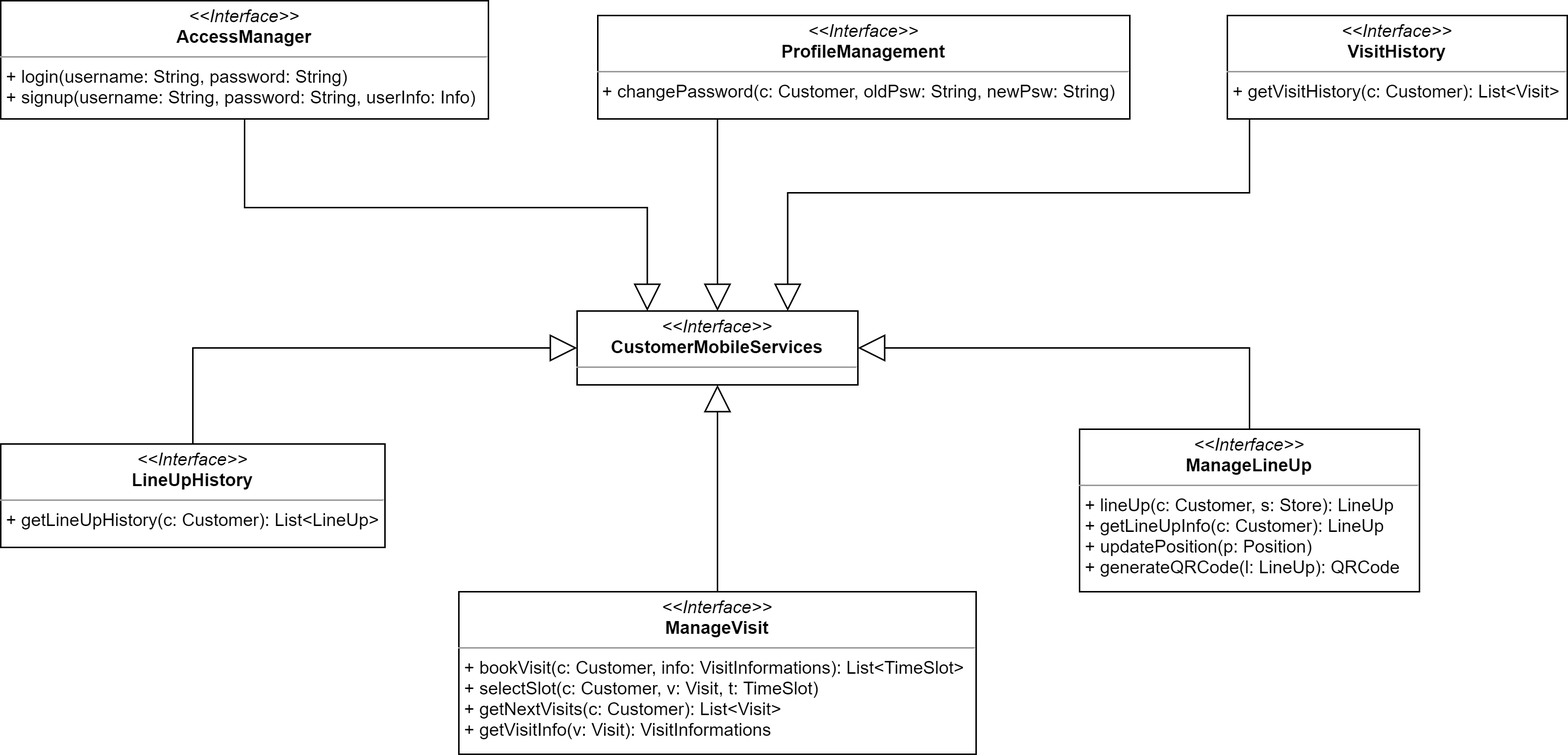
Above: DDworkspace/LaTeXproject/images/cust_mobile_serv_interfaces.png in marcoDige/CLup (draw.io), before the change. Source tidied: cells renumbered, new cells last; positions are measured from the earlier drawing's top-left corner, leaving out a move shared by most shapes.
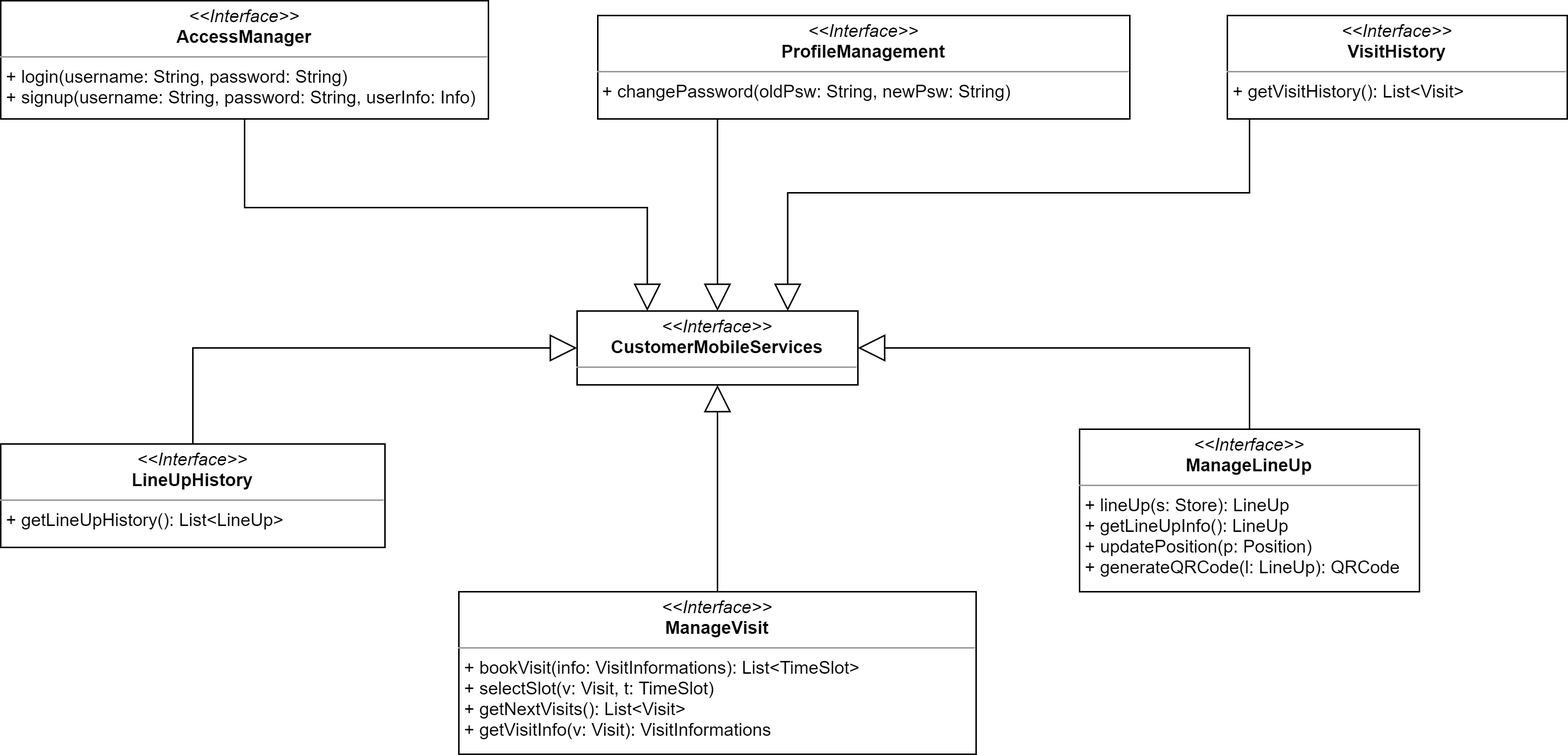
After the commit.

Commit message:
interfaces diagrams fixed

The edit, as a diff of the source:
```diff
@@ -13,22 +13,22 @@
         </Array>
       </mxGeometry>
     </mxCell>
-    <mxCell id="4" value="&lt;p style=&quot;margin: 0px ; margin-top: 4px ; text-align: center&quot;&gt;&lt;i&gt;&amp;lt;&amp;lt;Interface&amp;gt;&amp;gt;&lt;/i&gt;&lt;br&gt;&lt;b&gt;VisitHistory&lt;/b&gt;&lt;/p&gt;&lt;hr size=&quot;1&quot;&gt;&lt;p style=&quot;margin: 0px ; margin-left: 4px&quot;&gt;+&amp;nbsp;getVisitHistory(c: Customer): List&amp;lt;Visit&amp;gt;&lt;br&gt;&lt;/p&gt;&lt;p style=&quot;margin: 0px ; margin-left: 4px&quot;&gt;&lt;br&gt;&lt;/p&gt;" style="verticalAlign=top;align=left;overflow=fill;fontSize=12;fontFamily=Helvetica;html=1;" parent="1" vertex="1">
+    <mxCell id="4" value="&lt;p style=&quot;margin: 0px ; margin-top: 4px ; text-align: center&quot;&gt;&lt;i&gt;&amp;lt;&amp;lt;Interface&amp;gt;&amp;gt;&lt;/i&gt;&lt;br&gt;&lt;b&gt;VisitHistory&lt;/b&gt;&lt;/p&gt;&lt;hr size=&quot;1&quot;&gt;&lt;p style=&quot;margin: 0px ; margin-left: 4px&quot;&gt;+&amp;nbsp;getVisitHistory(): List&amp;lt;Visit&amp;gt;&lt;br&gt;&lt;/p&gt;&lt;p style=&quot;margin: 0px ; margin-left: 4px&quot;&gt;&lt;br&gt;&lt;/p&gt;" style="verticalAlign=top;align=left;overflow=fill;fontSize=12;fontFamily=Helvetica;html=1;" parent="1" vertex="1">
       <mxGeometry x="830" y="10" width="230" height="70" as="geometry" />
     </mxCell>
     <mxCell id="5" style="edgeStyle=orthogonalEdgeStyle;rounded=0;jettySize=auto;html=1;exitX=0.5;exitY=0;exitDx=0;exitDy=0;entryX=0.5;entryY=1;entryDx=0;entryDy=0;endArrow=block;endFill=0;endSize=16;" parent="1" edge="1" source="6" target="2">
       <mxGeometry relative="1" as="geometry" />
     </mxCell>
-    <mxCell id="6" value="&lt;p style=&quot;margin: 0px ; margin-top: 4px ; text-align: center&quot;&gt;&lt;i&gt;&amp;lt;&amp;lt;Interface&amp;gt;&amp;gt;&lt;/i&gt;&lt;br&gt;&lt;b&gt;ManageVisit&lt;/b&gt;&lt;/p&gt;&lt;hr size=&quot;1&quot;&gt;&lt;p style=&quot;margin: 0px ; margin-left: 4px&quot;&gt;+&amp;nbsp;bookVisit(c: Customer, info: VisitInformations): List&amp;lt;TimeSlot&amp;gt;&lt;br&gt;+&amp;nbsp;selectSlot(c: Customer, v: Visit, t: TimeSlot)&lt;/p&gt;&lt;p style=&quot;margin: 0px ; margin-left: 4px&quot;&gt;+&amp;nbsp;getNextVisits(c: Customer): List&amp;lt;Visit&amp;gt;&lt;/p&gt;&lt;p style=&quot;margin: 0px ; margin-left: 4px&quot;&gt;+&amp;nbsp;getVisitInfo(v: Visit): VisitInformations&lt;/p&gt;&lt;p style=&quot;margin: 0px ; margin-left: 4px&quot;&gt;&lt;br&gt;&lt;/p&gt;" style="verticalAlign=top;align=left;overflow=fill;fontSize=12;fontFamily=Helvetica;html=1;" parent="1" vertex="1">
+    <mxCell id="6" value="&lt;p style=&quot;margin: 0px ; margin-top: 4px ; text-align: center&quot;&gt;&lt;i&gt;&amp;lt;&amp;lt;Interface&amp;gt;&amp;gt;&lt;/i&gt;&lt;br&gt;&lt;b&gt;ManageVisit&lt;/b&gt;&lt;/p&gt;&lt;hr size=&quot;1&quot;&gt;&lt;p style=&quot;margin: 0px ; margin-left: 4px&quot;&gt;+&amp;nbsp;bookVisit(info: VisitInformations): List&amp;lt;TimeSlot&amp;gt;&lt;br&gt;+&amp;nbsp;selectSlot(v: Visit, t: TimeSlot)&lt;/p&gt;&lt;p style=&quot;margin: 0px ; margin-left: 4px&quot;&gt;+&amp;nbsp;getNextVisits(): List&amp;lt;Visit&amp;gt;&lt;/p&gt;&lt;p style=&quot;margin: 0px ; margin-left: 4px&quot;&gt;+&amp;nbsp;getVisitInfo(v: Visit): VisitInformations&lt;/p&gt;&lt;p style=&quot;margin: 0px ; margin-left: 4px&quot;&gt;&lt;br&gt;&lt;/p&gt;" style="verticalAlign=top;align=left;overflow=fill;fontSize=12;fontFamily=Helvetica;html=1;" parent="1" vertex="1">
       <mxGeometry x="310" y="400" width="350" height="110" as="geometry" />
     </mxCell>
-    <mxCell id="7" value="&lt;p style=&quot;margin: 0px ; margin-top: 4px ; text-align: center&quot;&gt;&lt;i&gt;&amp;lt;&amp;lt;Interface&amp;gt;&amp;gt;&lt;/i&gt;&lt;br&gt;&lt;b&gt;LineUpHistory&lt;/b&gt;&lt;/p&gt;&lt;hr size=&quot;1&quot;&gt;&lt;p style=&quot;margin: 0px ; margin-left: 4px&quot;&gt;+&amp;nbsp;getLineUpHistory(c: Customer): List&amp;lt;LineUp&amp;gt;&lt;/p&gt;&lt;p style=&quot;margin: 0px ; margin-left: 4px&quot;&gt;&lt;br&gt;&lt;/p&gt;" style="verticalAlign=top;align=left;overflow=fill;fontSize=12;fontFamily=Helvetica;html=1;" parent="1" vertex="1">
+    <mxCell id="7" value="&lt;p style=&quot;margin: 0px ; margin-top: 4px ; text-align: center&quot;&gt;&lt;i&gt;&amp;lt;&amp;lt;Interface&amp;gt;&amp;gt;&lt;/i&gt;&lt;br&gt;&lt;b&gt;LineUpHistory&lt;/b&gt;&lt;/p&gt;&lt;hr size=&quot;1&quot;&gt;&lt;p style=&quot;margin: 0px ; margin-left: 4px&quot;&gt;+&amp;nbsp;getLineUpHistory(): List&amp;lt;LineUp&amp;gt;&lt;/p&gt;&lt;p style=&quot;margin: 0px ; margin-left: 4px&quot;&gt;&lt;br&gt;&lt;/p&gt;" style="verticalAlign=top;align=left;overflow=fill;fontSize=12;fontFamily=Helvetica;html=1;" parent="1" vertex="1">
       <mxGeometry y="300" width="260" height="70" as="geometry" />
     </mxCell>
     <mxCell id="8" style="edgeStyle=orthogonalEdgeStyle;rounded=0;jettySize=auto;html=1;exitX=0.5;exitY=0;exitDx=0;exitDy=0;entryX=1;entryY=0.5;entryDx=0;entryDy=0;endArrow=block;endFill=0;endSize=16;" parent="1" edge="1" source="9" target="2">
       <mxGeometry relative="1" as="geometry" />
     </mxCell>
-    <mxCell id="9" value="&lt;p style=&quot;margin: 0px ; margin-top: 4px ; text-align: center&quot;&gt;&lt;i&gt;&amp;lt;&amp;lt;Interface&amp;gt;&amp;gt;&lt;/i&gt;&lt;br&gt;&lt;b&gt;ManageLineUp&lt;/b&gt;&lt;/p&gt;&lt;hr size=&quot;1&quot;&gt;&lt;p style=&quot;margin: 0px ; margin-left: 4px&quot;&gt;+&amp;nbsp;lineUp(c: Customer, s: Store): LineUp&lt;/p&gt;&lt;p style=&quot;margin: 0px ; margin-left: 4px&quot;&gt;+&amp;nbsp;getLineUpInfo(c: Customer): LineUp&lt;/p&gt;&lt;p style=&quot;margin: 0px ; margin-left: 4px&quot;&gt;+&amp;nbsp;updatePosition(p: Position)&lt;/p&gt;&lt;p style=&quot;margin: 0px ; margin-left: 4px&quot;&gt;+&amp;nbsp;generateQRCode(l: LineUp): QRCode&lt;/p&gt;&lt;p style=&quot;margin: 0px ; margin-left: 4px&quot;&gt;&lt;br&gt;&lt;/p&gt;" style="verticalAlign=top;align=left;overflow=fill;fontSize=12;fontFamily=Helvetica;html=1;" parent="1" vertex="1">
+    <mxCell id="9" value="&lt;p style=&quot;margin: 0px ; margin-top: 4px ; text-align: center&quot;&gt;&lt;i&gt;&amp;lt;&amp;lt;Interface&amp;gt;&amp;gt;&lt;/i&gt;&lt;br&gt;&lt;b&gt;ManageLineUp&lt;/b&gt;&lt;/p&gt;&lt;hr size=&quot;1&quot;&gt;&lt;p style=&quot;margin: 0px ; margin-left: 4px&quot;&gt;+&amp;nbsp;lineUp(s: Store): LineUp&lt;/p&gt;&lt;p style=&quot;margin: 0px ; margin-left: 4px&quot;&gt;+&amp;nbsp;getLineUpInfo(): LineUp&lt;/p&gt;&lt;p style=&quot;margin: 0px ; margin-left: 4px&quot;&gt;+&amp;nbsp;updatePosition(p: Position)&lt;/p&gt;&lt;p style=&quot;margin: 0px ; margin-left: 4px&quot;&gt;+&amp;nbsp;generateQRCode(l: LineUp): QRCode&lt;/p&gt;&lt;p style=&quot;margin: 0px ; margin-left: 4px&quot;&gt;&lt;br&gt;&lt;/p&gt;" style="verticalAlign=top;align=left;overflow=fill;fontSize=12;fontFamily=Helvetica;html=1;" parent="1" vertex="1">
       <mxGeometry x="730" y="290" width="230" height="110" as="geometry" />
     </mxCell>
     <mxCell id="10" style="edgeStyle=orthogonalEdgeStyle;rounded=0;jettySize=auto;html=1;exitX=0.5;exitY=1;exitDx=0;exitDy=0;entryX=0.25;entryY=0;entryDx=0;entryDy=0;endArrow=block;endFill=0;endSize=16;" parent="1" edge="1" source="11" target="2">
@@ -45,7 +45,7 @@
         </Array>
       </mxGeometry>
     </mxCell>
-    <mxCell id="13" value="&lt;p style=&quot;margin: 0px ; margin-top: 4px ; text-align: center&quot;&gt;&lt;i&gt;&amp;lt;&amp;lt;Interface&amp;gt;&amp;gt;&lt;/i&gt;&lt;br&gt;&lt;b&gt;ProfileManagement&lt;/b&gt;&lt;/p&gt;&lt;hr size=&quot;1&quot;&gt;&lt;p style=&quot;margin: 0px ; margin-left: 4px&quot;&gt;&lt;/p&gt;&amp;nbsp;+ changePassword(c: Customer, oldPsw: String, newPsw: String)" style="verticalAlign=top;align=left;overflow=fill;fontSize=12;fontFamily=Helvetica;html=1;" parent="1" vertex="1">
+    <mxCell id="13" value="&lt;p style=&quot;margin: 0px ; margin-top: 4px ; text-align: center&quot;&gt;&lt;i&gt;&amp;lt;&amp;lt;Interface&amp;gt;&amp;gt;&lt;/i&gt;&lt;br&gt;&lt;b&gt;ProfileManagement&lt;/b&gt;&lt;/p&gt;&lt;hr size=&quot;1&quot;&gt;&lt;p style=&quot;margin: 0px ; margin-left: 4px&quot;&gt;&lt;/p&gt;&amp;nbsp;+ changePassword(oldPsw: String, newPsw: String)" style="verticalAlign=top;align=left;overflow=fill;fontSize=12;fontFamily=Helvetica;html=1;" parent="1" vertex="1">
       <mxGeometry x="404" y="10" width="360" height="70" as="geometry" />
     </mxCell>
     <mxCell id="14" style="endArrow=block;endSize=16;endFill=0;html=1;entryX=0;entryY=0.5;entryDx=0;entryDy=0;exitX=0.5;exitY=0;exitDx=0;exitDy=0;rounded=0;" parent="1" edge="1" source="7" target="2">
```
